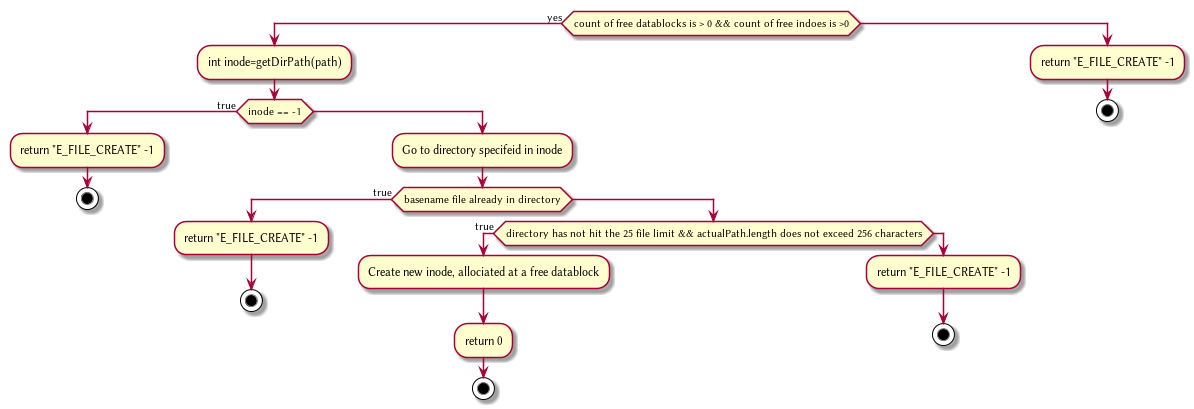
Above: Plant/FileCreate.png in HawaiinPizza/CIS-450-final-project (PlantUML), before the change. Its diagram source:
```plantuml
@startuml
if(count of free datablocks is > 0 && count of free indoes is >0) then (yes)
	:int inode=getDirPath(path);
	if(inode == -1) then (true)
	    :return "E_FILE_CREATE" -1;
			    stop
	else
		:Go to directory specifeid in inode;
		if(basename file already in directory) then (true)
		    :return "E_FILE_CREATE" -1;
			    stop
		else
			if(directory has not hit the 25 file limit && actualPath.length does not exceed 256 characters) then (true)
			    :Create new inode, allociated at a free datablock;
			    :return 0;
			    stop
			else
			    :return "E_FILE_CREATE" -1;
			    stop
			endif

		endif
	endif
else
	:return "E_FILE_CREATE" -1;
			    stop
endif
@enduml
```
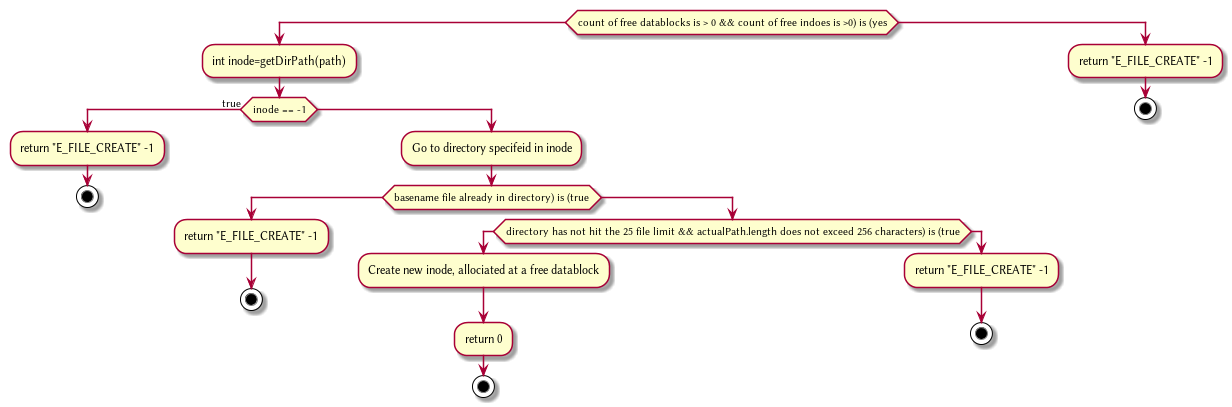
Above is the later version.

Change to the diagram source:
```diff
@@ -1,16 +1,16 @@
 @startuml
-if(count of free datablocks is > 0 && count of free indoes is >0) then (yes)
+if(count of free datablocks is > 0 && count of free indoes is >0) is (yes)
 	:int inode=getDirPath(path);
 	if(inode == -1) then (true)
 	    :return "E_FILE_CREATE" -1;
 			    stop
 	else
 		:Go to directory specifeid in inode;
-		if(basename file already in directory) then (true)
+		if(basename file already in directory) is (true)
 		    :return "E_FILE_CREATE" -1;
 			    stop
 		else
-			if(directory has not hit the 25 file limit && actualPath.length does not exceed 256 characters) then (true)
+			if(directory has not hit the 25 file limit && actualPath.length does not exceed 256 characters) is (true)
 			    :Create new inode, allociated at a free datablock;
 			    :return 0;
 			    stop
```
